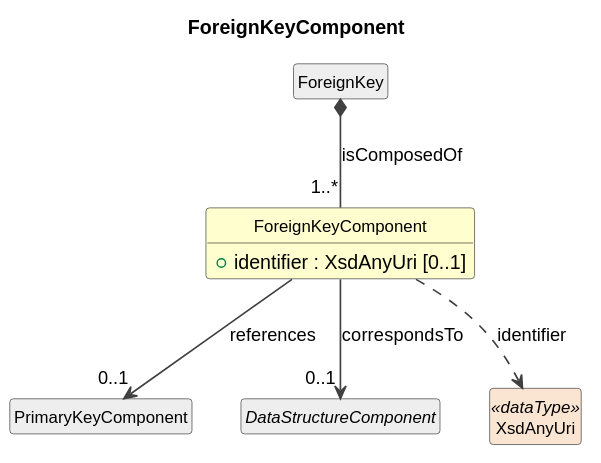
This is cdif-uml-model/cdifDataStructure/Classes/ForeignKeyComponent.svg from Cross-Domain-Interoperability-Framework/metadataBuildingBlocks, a PlantUML export, as it was before one commit. Source of this version:
```plantuml
@startuml
title ForeignKeyComponent
hide circle
hide empty members
skinparam shadowing false
skinparam ArrowThickness 1.2
skinparam class {
  ArrowColor #404040
  BorderColor #404040
  FontSize 12
}

class "ForeignKeyComponent" as ForeignKeyComponent #FEFECE {
  +identifier : XsdAnyUri [0..1]
}
class "ForeignKey" as ForeignKey #EEEEEE
ForeignKey *-- "1..*" ForeignKeyComponent : isComposedOf
class "PrimaryKeyComponent" as PrimaryKeyComponent #EEEEEE
ForeignKeyComponent --> "0..1" PrimaryKeyComponent : references
abstract class "DataStructureComponent" as DataStructureComponent #EEEEEE
ForeignKeyComponent --> "0..1" DataStructureComponent : correspondsTo
class "XsdAnyUri" as XsdAnyUri <<dataType>> #FAE5D3
ForeignKeyComponent ..> XsdAnyUri : identifier
@enduml
```
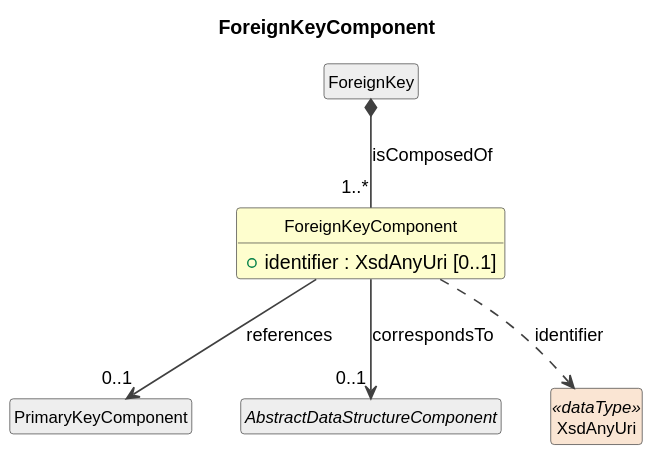
Later version of the same file.

Diff of the diagram source:
```diff
@@ -17,8 +17,8 @@
 ForeignKey *-- "1..*" ForeignKeyComponent : isComposedOf
 class "PrimaryKeyComponent" as PrimaryKeyComponent #EEEEEE
 ForeignKeyComponent --> "0..1" PrimaryKeyComponent : references
-abstract class "DataStructureComponent" as DataStructureComponent #EEEEEE
-ForeignKeyComponent --> "0..1" DataStructureComponent : correspondsTo
+abstract class "AbstractDataStructureComponent" as AbstractDataStructureComponent #EEEEEE
+ForeignKeyComponent --> "0..1" AbstractDataStructureComponent : correspondsTo
 class "XsdAnyUri" as XsdAnyUri <<dataType>> #FAE5D3
 ForeignKeyComponent ..> XsdAnyUri : identifier
 @enduml
```
